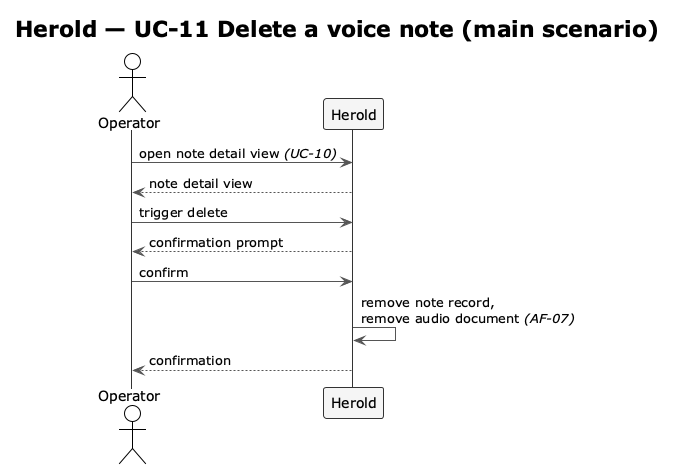
Above: docs/spec/diagrams-png/f2-uc11-delete-note.png in carstenlucke/herold (PlantUML), before the change.
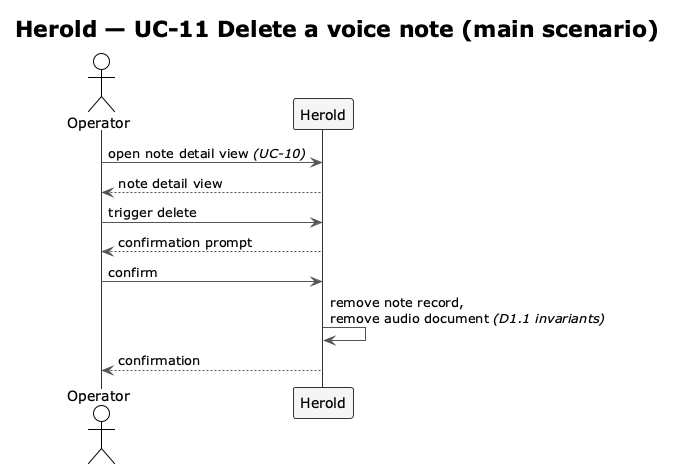
The same diagram one commit later.

Change to the diagram source:
```diff
@@ -19,7 +19,7 @@
 OP  ->  SYS : trigger delete
 SYS --> OP  : confirmation prompt
 OP  ->  SYS : confirm
-SYS ->  SYS : remove note record,\nremove audio document //(AF-07)//
+SYS ->  SYS : remove note record,\nremove audio document //(D1.1 invariants)//
 SYS --> OP  : confirmation
 
 @enduml
```
